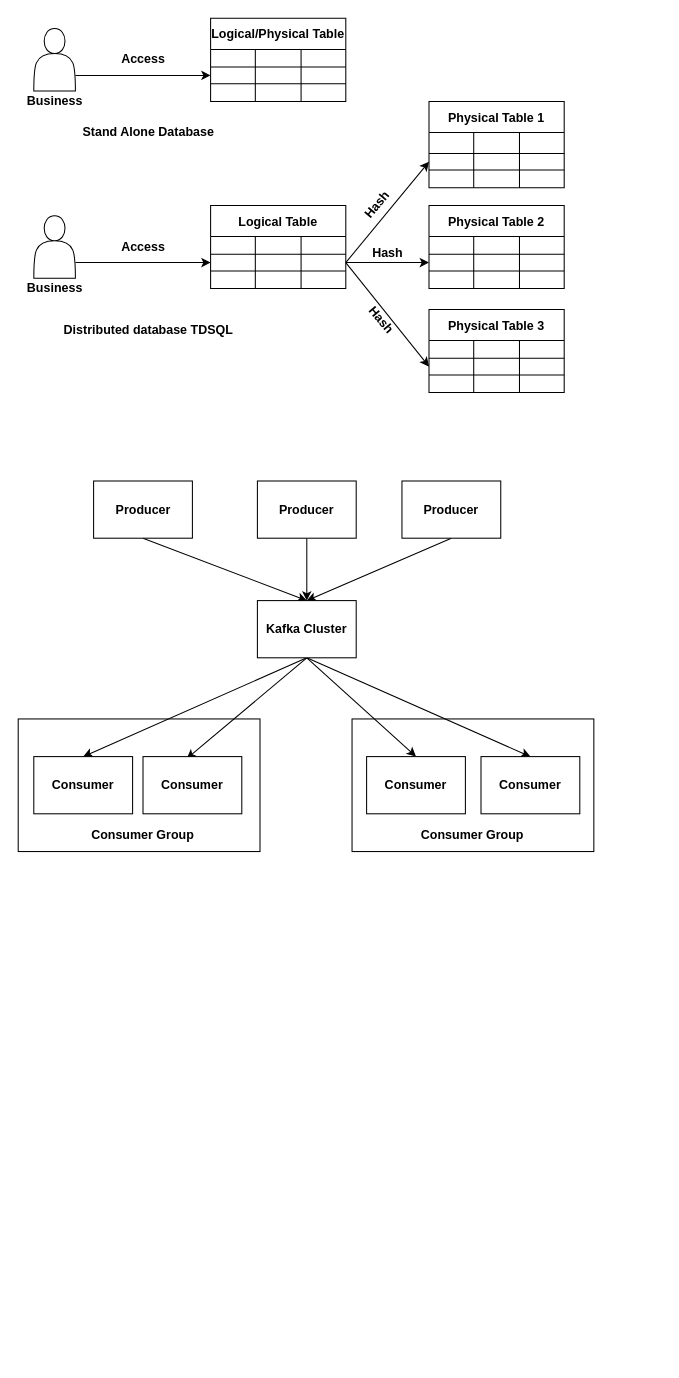
This is Untitled Diagram.drawio from dylan-club/testgit, a draw.io file, before an edit. Source tidied: cells renumbered, new cells numbered last; positions are measured from the earlier drawing's top-left corner, leaving out a move shared by most shapes. Both pictures are drawn from the tidied source at 104%, with x=0, y=0 at pixel (18, 18).
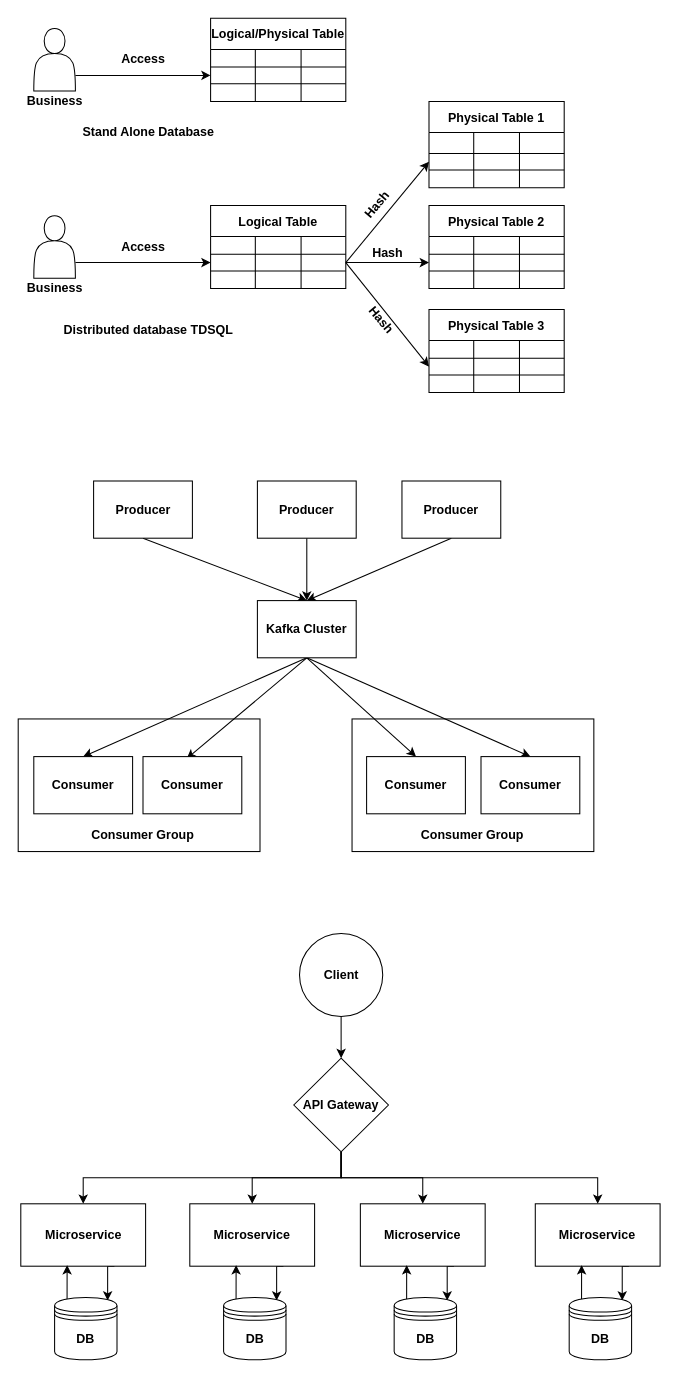
The same diagram, later.

What changed in the source:
```diff
@@
+    <mxCell id="102" style="edgeStyle=none;rounded=0;jettySize=auto;html=1;exitX=0.5;exitY=1;exitDx=0;exitDy=0;entryX=0.5;entryY=0;entryDx=0;entryDy=0;" parent="1" edge="1" source="103" target="108">
+      <mxGeometry relative="1" as="geometry" />
+    </mxCell>
+    <mxCell id="103" value="&lt;b&gt;Client&lt;/b&gt;" style="ellipse;whiteSpace=wrap;html=1;" parent="1" vertex="1">
+      <mxGeometry x="270.5" y="880" width="80" height="80" as="geometry" />
+    </mxCell>
+    <mxCell id="104" style="edgeStyle=orthogonalEdgeStyle;rounded=0;jettySize=auto;html=1;exitX=0.5;exitY=1;exitDx=0;exitDy=0;entryX=0.5;entryY=0;entryDx=0;entryDy=0;" parent="1" edge="1" source="108" target="110">
+      <mxGeometry relative="1" as="geometry" />
+    </mxCell>
+    <mxCell id="105" style="edgeStyle=orthogonalEdgeStyle;rounded=0;jettySize=auto;html=1;exitX=0.5;exitY=1;exitDx=0;exitDy=0;" parent="1" edge="1" source="108" target="114">
+      <mxGeometry relative="1" as="geometry" />
+    </mxCell>
+    <mxCell id="106" style="edgeStyle=orthogonalEdgeStyle;rounded=0;jettySize=auto;html=1;exitX=0.5;exitY=1;exitDx=0;exitDy=0;" parent="1" edge="1" source="108" target="118">
+      <mxGeometry relative="1" as="geometry" />
+    </mxCell>
+    <mxCell id="107" style="edgeStyle=orthogonalEdgeStyle;rounded=0;jettySize=auto;html=1;exitX=0.5;exitY=1;exitDx=0;exitDy=0;" parent="1" edge="1" source="108" target="122">
+      <mxGeometry relative="1" as="geometry" />
+    </mxCell>
+    <mxCell id="108" value="&lt;b&gt;API Gateway&lt;/b&gt;" style="rhombus;whiteSpace=wrap;html=1;" parent="1" vertex="1">
+      <mxGeometry x="265" y="1000" width="91" height="90" as="geometry" />
+    </mxCell>
+    <mxCell id="109" style="edgeStyle=orthogonalEdgeStyle;rounded=0;jettySize=auto;html=1;exitX=0.75;exitY=1;exitDx=0;exitDy=0;entryX=0.85;entryY=0.05;entryDx=0;entryDy=0;entryPerimeter=0;" parent="1" edge="1" source="110" target="112">
+      <mxGeometry relative="1" as="geometry" />
+    </mxCell>
+    <mxCell id="110" value="&lt;b&gt;Microservice&lt;/b&gt;" style="rounded=0;whiteSpace=wrap;html=1;" parent="1" vertex="1">
+      <mxGeometry x="2.5" y="1140" width="120" height="60" as="geometry" />
+    </mxCell>
+    <mxCell id="111" style="edgeStyle=orthogonalEdgeStyle;rounded=0;jettySize=auto;html=1;exitX=0.15;exitY=0.05;exitDx=0;exitDy=0;exitPerimeter=0;entryX=0.371;entryY=0.983;entryDx=0;entryDy=0;entryPerimeter=0;" parent="1" edge="1" source="112" target="110">
+      <mxGeometry relative="1" as="geometry" />
+    </mxCell>
+    <mxCell id="112" value="&lt;b&gt;DB&lt;/b&gt;" style="shape=datastore;whiteSpace=wrap;html=1;" parent="1" vertex="1">
+      <mxGeometry x="35" y="1230" width="60" height="60" as="geometry" />
+    </mxCell>
+    <mxCell id="113" style="edgeStyle=orthogonalEdgeStyle;rounded=0;jettySize=auto;html=1;exitX=0.75;exitY=1;exitDx=0;exitDy=0;entryX=0.85;entryY=0.05;entryDx=0;entryDy=0;entryPerimeter=0;" parent="1" edge="1" source="114" target="116">
+      <mxGeometry relative="1" as="geometry" />
+    </mxCell>
+    <mxCell id="114" value="&lt;b&gt;Microservice&lt;/b&gt;" style="rounded=0;whiteSpace=wrap;html=1;" parent="1" vertex="1">
+      <mxGeometry x="165" y="1140" width="120" height="60" as="geometry" />
+    </mxCell>
+    <mxCell id="115" style="edgeStyle=orthogonalEdgeStyle;rounded=0;jettySize=auto;html=1;exitX=0.15;exitY=0.05;exitDx=0;exitDy=0;exitPerimeter=0;entryX=0.371;entryY=0.983;entryDx=0;entryDy=0;entryPerimeter=0;" parent="1" edge="1" source="116" target="114">
+      <mxGeometry relative="1" as="geometry" />
+    </mxCell>
+    <mxCell id="116" value="&lt;b&gt;DB&lt;/b&gt;" style="shape=datastore;whiteSpace=wrap;html=1;" parent="1" vertex="1">
+      <mxGeometry x="197.5" y="1230" width="60" height="60" as="geometry" />
+    </mxCell>
+    <mxCell id="117" style="edgeStyle=orthogonalEdgeStyle;rounded=0;jettySize=auto;html=1;exitX=0.75;exitY=1;exitDx=0;exitDy=0;entryX=0.85;entryY=0.05;entryDx=0;entryDy=0;entryPerimeter=0;" parent="1" edge="1" source="118" target="120">
+      <mxGeometry relative="1" as="geometry" />
+    </mxCell>
+    <mxCell id="118" value="&lt;b&gt;Microservice&lt;/b&gt;" style="rounded=0;whiteSpace=wrap;html=1;" parent="1" vertex="1">
+      <mxGeometry x="329" y="1140" width="120" height="60" as="geometry" />
+    </mxCell>
+    <mxCell id="119" style="edgeStyle=orthogonalEdgeStyle;rounded=0;jettySize=auto;html=1;exitX=0.15;exitY=0.05;exitDx=0;exitDy=0;exitPerimeter=0;entryX=0.371;entryY=0.983;entryDx=0;entryDy=0;entryPerimeter=0;" parent="1" edge="1" source="120" target="118">
+      <mxGeometry relative="1" as="geometry" />
+    </mxCell>
+    <mxCell id="120" value="&lt;b&gt;DB&lt;/b&gt;" style="shape=datastore;whiteSpace=wrap;html=1;" parent="1" vertex="1">
+      <mxGeometry x="361.5" y="1230" width="60" height="60" as="geometry" />
+    </mxCell>
+    <mxCell id="121" style="edgeStyle=orthogonalEdgeStyle;rounded=0;jettySize=auto;html=1;exitX=0.75;exitY=1;exitDx=0;exitDy=0;entryX=0.85;entryY=0.05;entryDx=0;entryDy=0;entryPerimeter=0;" parent="1" edge="1" source="122" target="124">
+      <mxGeometry relative="1" as="geometry" />
+    </mxCell>
+    <mxCell id="122" value="&lt;b&gt;Microservice&lt;/b&gt;" style="rounded=0;whiteSpace=wrap;html=1;" parent="1" vertex="1">
+      <mxGeometry x="497.2" y="1140" width="120" height="60" as="geometry" />
+    </mxCell>
+    <mxCell id="123" style="edgeStyle=orthogonalEdgeStyle;rounded=0;jettySize=auto;html=1;exitX=0.15;exitY=0.05;exitDx=0;exitDy=0;exitPerimeter=0;entryX=0.371;entryY=0.983;entryDx=0;entryDy=0;entryPerimeter=0;" parent="1" edge="1" source="124" target="122">
+      <mxGeometry relative="1" as="geometry" />
+    </mxCell>
+    <mxCell id="124" value="&lt;b&gt;DB&lt;/b&gt;" style="shape=datastore;whiteSpace=wrap;html=1;" parent="1" vertex="1">
+      <mxGeometry x="529.8" y="1230" width="60" height="60" as="geometry" />
+    </mxCell>
```
